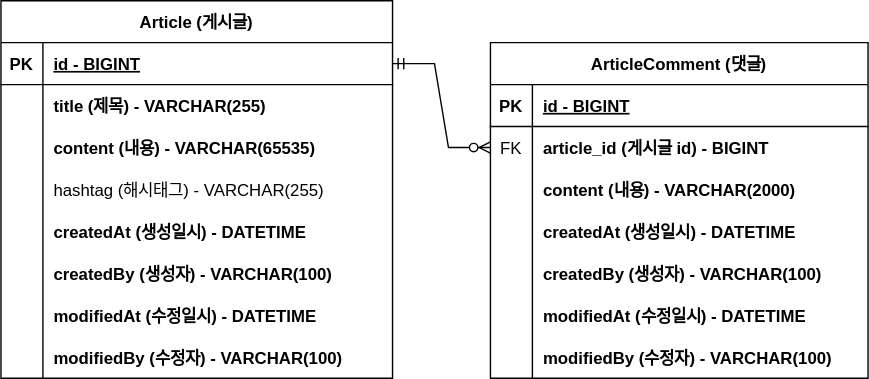
NohDaeHwan/project-board keeps this draw.io diagram as document/project-board-ERD.svg. Above is the earlier version. Source tidied: cells renumbered, new cells last; positions are measured from the earlier drawing's top-left corner, leaving out a move shared by most shapes.
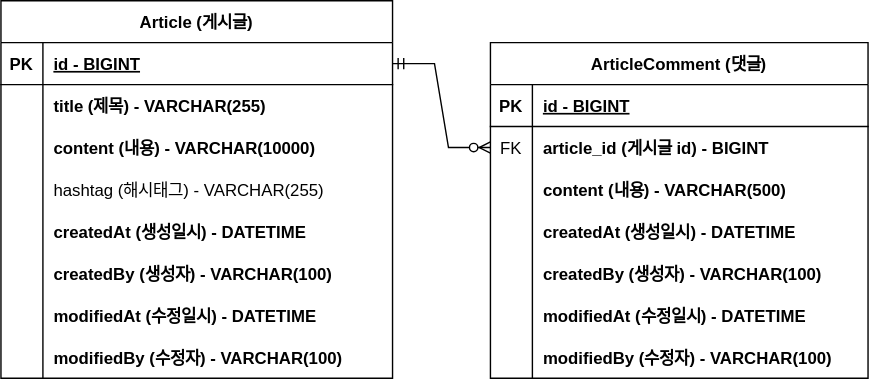
The same file after the commit.

Commit message:
#10 - ERD Update: content size change

What changed in the source:
```diff
@@ -29,7 +29,7 @@
     <mxCell id="10" style="shape=partialRectangle;overflow=hidden;fillColor=none;top=0;left=0;bottom=0;right=0;" parent="9" vertex="1">
       <mxGeometry width="30" height="30" as="geometry" />
     </mxCell>
-    <mxCell id="11" value="content (내용) - VARCHAR(65535) " style="shape=partialRectangle;overflow=hidden;fillColor=none;top=0;left=0;bottom=0;right=0;align=left;spacingLeft=6;fontStyle=1;" parent="9" vertex="1">
+    <mxCell id="11" value="content (내용) - VARCHAR(10000) " style="shape=partialRectangle;overflow=hidden;fillColor=none;top=0;left=0;bottom=0;right=0;align=left;spacingLeft=6;fontStyle=1;" parent="9" vertex="1">
       <mxGeometry x="30" width="250" height="30" as="geometry" />
     </mxCell>
     <mxCell id="12" style="shape=partialRectangle;fillColor=none;top=0;left=0;right=0;bottom=0;" parent="2" vertex="1">
@@ -104,7 +104,7 @@
     <mxCell id="35" style="shape=partialRectangle;overflow=hidden;fillColor=none;top=0;left=0;bottom=0;right=0;" parent="34" vertex="1">
       <mxGeometry width="30" height="30" as="geometry" />
     </mxCell>
-    <mxCell id="36" value="content (내용) - VARCHAR(2000)" style="shape=partialRectangle;overflow=hidden;fillColor=none;top=0;left=0;bottom=0;right=0;align=left;spacingLeft=6;fontStyle=1;" parent="34" vertex="1">
+    <mxCell id="36" value="content (내용) - VARCHAR(500)" style="shape=partialRectangle;overflow=hidden;fillColor=none;top=0;left=0;bottom=0;right=0;align=left;spacingLeft=6;fontStyle=1;" parent="34" vertex="1">
       <mxGeometry x="30" width="240" height="30" as="geometry" />
     </mxCell>
     <mxCell id="37" style="shape=partialRectangle;fillColor=none;top=0;left=0;right=0;bottom=0;" parent="27" vertex="1">
```
